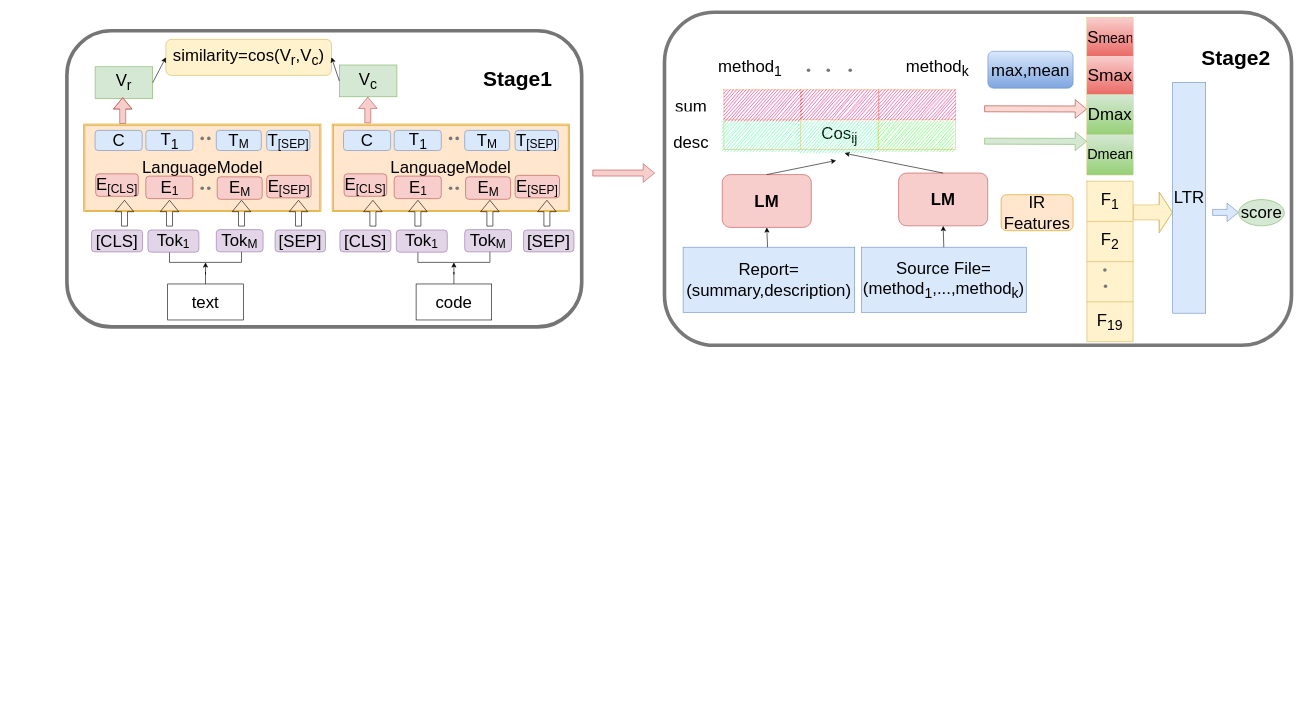
Above: Copy of V2_Untitled Diagram.drawio in hangdj/BERT-PLI-IJCAI2020 (draw.io), before the change. Source tidied: cells renumbered, new cells numbered last; positions are measured from the earlier drawing's top-left corner, leaving out a move shared by most shapes. Both pictures are drawn from the tidied source at 60%, with x=0, y=0 at pixel (67, 12).
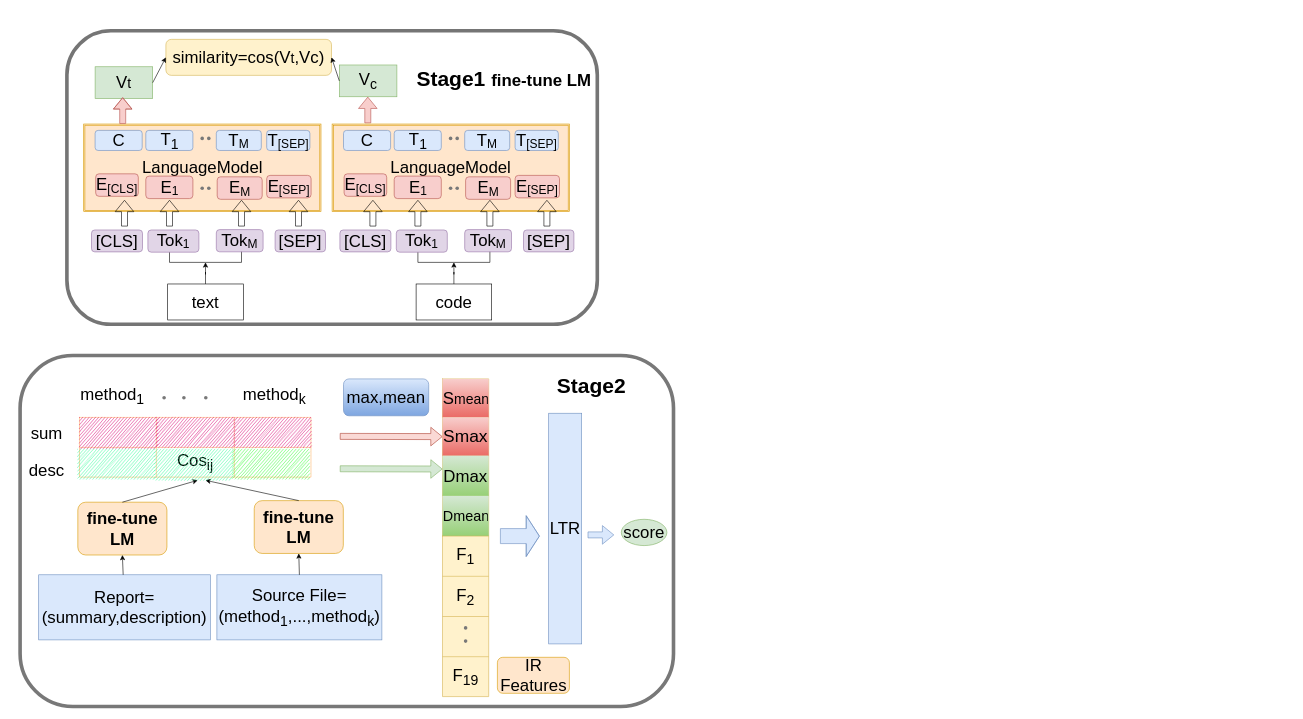
After the change.

The change refers to these unchanged cells:
```xml
<mxCell id="77" style="shape=partialRectangle;html=1;whiteSpace=wrap;fillColor=none;top=0;left=0;bottom=0;right=0;points=[[0,0.5],[1,0.5]];portConstraint=eastwest;" parent="72" vertex="1">
  <mxGeometry y="50" width="385.8" height="50" as="geometry" />
</mxCell>
```

The edit, as a diff of the source:
```diff
@@
     <mxCell id="2" style="rounded=1;whiteSpace=wrap;html=1;comic=0;strokeWidth=6;strokeColor=#787878;" parent="1" vertex="1">
-      <mxGeometry x="996" width="1045" height="555" as="geometry" />
+      <mxGeometry x="-78" y="572" width="1089" height="585" as="geometry" />
     </mxCell>
     <mxCell id="3" style="rounded=1;whiteSpace=wrap;html=1;strokeWidth=6;strokeColor=#757575;" parent="1" vertex="1">
-      <mxGeometry y="30.8" width="858" height="493.5" as="geometry" />
+      <mxGeometry y="30.8" width="884" height="489.2" as="geometry" />
     </mxCell>
@@
-    <mxCell id="19" value="&lt;font style=&quot;font-size: 28px&quot;&gt;V&lt;sub&gt;r&lt;/sub&gt;&lt;/font&gt;" style="rounded=0;whiteSpace=wrap;html=1;fillColor=#d5e8d4;strokeColor=#82b366;" parent="1" vertex="1">
+    <mxCell id="19" value="&lt;font style=&quot;font-size: 28px&quot;&gt;V&lt;/font&gt;&lt;font style=&quot;font-size: 23.3333px&quot;&gt;t&lt;/font&gt;" style="rounded=0;whiteSpace=wrap;html=1;fillColor=#d5e8d4;strokeColor=#82b366;" parent="1" vertex="1">
       <mxGeometry x="47" y="90.8" width="96" height="53" as="geometry" />
     </mxCell>
@@
-    <mxCell id="25" value="&lt;font style=&quot;font-size: 35px&quot;&gt;Stage1&lt;/font&gt;" style="text;strokeColor=none;fillColor=none;html=1;fontSize=24;fontStyle=1;verticalAlign=middle;align=center;" parent="1" vertex="1">
-      <mxGeometry x="701" y="90.8" width="100" height="40" as="geometry" />
+    <mxCell id="25" value="&lt;font style=&quot;font-size: 35px&quot;&gt;Stage1&amp;nbsp;&lt;/font&gt;&lt;b style=&quot;font-size: 28px&quot;&gt;fine-tune LM&lt;/b&gt;" style="text;strokeColor=none;fillColor=none;html=1;fontSize=24;fontStyle=1;verticalAlign=middle;align=center;" parent="1" vertex="1">
+      <mxGeometry x="637" y="78" width="182" height="65" as="geometry" />
     </mxCell>
@@
     <mxCell id="30" value="&lt;font style=&quot;font-size: 28px&quot;&gt;Report=(summary,description)&lt;/font&gt;" style="text;html=1;strokeColor=#6c8ebf;fillColor=#dae8fc;align=center;verticalAlign=middle;whiteSpace=wrap;overflow=hidden;" parent="1" vertex="1">
-      <mxGeometry x="1027" y="391.5" width="286" height="108.5" as="geometry" />
+      <mxGeometry x="-47" y="937.5" width="286" height="108.5" as="geometry" />
     </mxCell>
     <mxCell id="31" value="&lt;font style=&quot;font-size: 28px&quot;&gt;Source File=(method&lt;sub&gt;1&lt;/sub&gt;,...,method&lt;sub&gt;k&lt;/sub&gt;)&lt;/font&gt;" style="text;html=1;strokeColor=#6c8ebf;fillColor=#dae8fc;align=center;verticalAlign=middle;whiteSpace=wrap;overflow=hidden;" parent="1" vertex="1">
-      <mxGeometry x="1324" y="391.5" width="275" height="108.5" as="geometry" />
+      <mxGeometry x="250" y="937.5" width="275" height="108.5" as="geometry" />
     </mxCell>
     <mxCell id="32" value="&lt;font style=&quot;font-size: 28px&quot;&gt;sum&lt;/font&gt;" style="text;html=1;strokeColor=none;fillColor=none;align=center;verticalAlign=middle;whiteSpace=wrap;overflow=hidden;" parent="1" vertex="1">
-      <mxGeometry x="993.2" y="136.5" width="94.5" height="30" as="geometry" />
+      <mxGeometry x="-80.8" y="682.5" width="94.5" height="30" as="geometry" />
     </mxCell>
     <mxCell id="33" value="&lt;font style=&quot;font-size: 28px&quot;&gt;desc&lt;/font&gt;" style="text;html=1;strokeColor=none;fillColor=none;align=center;verticalAlign=middle;whiteSpace=wrap;overflow=hidden;" parent="1" vertex="1">
-      <mxGeometry x="980" y="198.2" width="121" height="34" as="geometry" />
+      <mxGeometry x="-94" y="744.2" width="121" height="34" as="geometry" />
     </mxCell>
     <mxCell id="34" value="&lt;font style=&quot;font-size: 28px&quot;&gt;method&lt;sub&gt;1&lt;/sub&gt;&lt;/font&gt;" style="text;html=1;strokeColor=none;fillColor=none;align=center;verticalAlign=middle;whiteSpace=wrap;overflow=hidden;" parent="1" vertex="1">
-      <mxGeometry x="1084" y="71" width="110" height="44" as="geometry" />
+      <mxGeometry x="21" y="617" width="110" height="44" as="geometry" />
     </mxCell>
     <mxCell id="35" value="&lt;font style=&quot;font-size: 28px&quot;&gt;&lt;font style=&quot;font-size: 28px&quot;&gt;method&lt;/font&gt;&lt;font style=&quot;font-size: 28px&quot;&gt;&lt;sub&gt;k&lt;/sub&gt;&lt;/font&gt;&lt;/font&gt;" style="text;html=1;strokeColor=none;fillColor=none;align=center;verticalAlign=middle;whiteSpace=wrap;overflow=hidden;" parent="1" vertex="1">
-      <mxGeometry x="1387.5" y="71" width="125.5" height="44" as="geometry" />
+      <mxGeometry x="282.5" y="617" width="125.5" height="44" as="geometry" />
     </mxCell>
     <mxCell id="36" style="shape=waypoint;sketch=0;size=6;fillColor=none;perimeter=centerPerimeter;strokeWidth=1;strokeColor=#787878;" parent="1" vertex="1">
-      <mxGeometry x="1249" y="76.5" width="40" height="40" as="geometry" />
+      <mxGeometry x="175" y="622.5" width="40" height="40" as="geometry" />
     </mxCell>
     <mxCell id="37" style="shape=waypoint;sketch=0;size=6;fillColor=none;perimeter=centerPerimeter;strokeWidth=1;strokeColor=#787878;" parent="1" vertex="1">
-      <mxGeometry x="1285.5" y="76.5" width="40" height="40" as="geometry" />
+      <mxGeometry x="211.5" y="622.5" width="40" height="40" as="geometry" />
     </mxCell>
     <mxCell id="38" style="shape=waypoint;sketch=0;size=6;fillColor=none;perimeter=centerPerimeter;strokeWidth=1;strokeColor=#787878;" parent="1" vertex="1">
-      <mxGeometry x="1216" y="76.5" width="40" height="40" as="geometry" />
+      <mxGeometry x="142" y="622.5" width="40" height="40" as="geometry" />
     </mxCell>
-    <mxCell id="39" value="&lt;font size=&quot;1&quot;&gt;&lt;b style=&quot;font-size: 28px&quot;&gt;LM&lt;/b&gt;&lt;/font&gt;" style="rounded=1;whiteSpace=wrap;html=1;strokeColor=#b85450;strokeWidth=1;fillColor=#f8cecc;" parent="1" vertex="1">
-      <mxGeometry x="1092.2" y="270.5" width="148.5" height="88" as="geometry" />
+    <mxCell id="39" value="&lt;font size=&quot;1&quot;&gt;&lt;b style=&quot;font-size: 28px&quot;&gt;fine-tune LM&lt;/b&gt;&lt;/font&gt;" style="rounded=1;whiteSpace=wrap;html=1;strokeColor=#d79b00;strokeWidth=1;fillColor=#ffe6cc;" parent="1" vertex="1">
+      <mxGeometry x="18.2" y="816.5" width="148.5" height="88" as="geometry" />
     </mxCell>
@@
     <mxCell id="41" value="&lt;font style=&quot;font-size: 28px&quot;&gt;max,mean&lt;/font&gt;" style="rounded=1;whiteSpace=wrap;html=1;strokeWidth=1;fillColor=#dae8fc;gradientColor=#7ea6e0;strokeColor=#6c8ebf;" parent="1" vertex="1">
-      <mxGeometry x="1535" y="65" width="142" height="61.5" as="geometry" />
+      <mxGeometry x="461" y="611" width="142" height="61.5" as="geometry" />
     </mxCell>
     <mxCell id="42" style="shape=flexArrow;endArrow=classic;html=1;fillColor=#fad9d5;strokeColor=#ae4132;" parent="1" edge="1">
       <mxGeometry relative="1" as="geometry">
-        <mxPoint x="1529" y="160.8" as="sourcePoint" />
-        <mxPoint x="1700" y="161.2" as="targetPoint" />
+        <mxPoint x="455" y="706.8" as="sourcePoint" />
+        <mxPoint x="626" y="707.2" as="targetPoint" />
       </mxGeometry>
     </mxCell>
     <mxCell id="43" style="endArrow=classic;html=1;exitX=0.5;exitY=0;exitDx=0;exitDy=0;" parent="1" edge="1" source="39">
       <mxGeometry relative="1" as="geometry">
-        <mxPoint x="1282" y="247" as="targetPoint" />
+        <mxPoint x="218" y="780" as="targetPoint" />
       </mxGeometry>
     </mxCell>
     <mxCell id="44" style="shape=table;html=1;whiteSpace=wrap;startSize=0;childLayout=tableLayout;strokeColor=#d6b656;strokeWidth=1;fillColor=#fff2cc;" parent="1" vertex="1">
-      <mxGeometry x="1700" y="8.9" width="77" height="262" as="geometry" />
+      <mxGeometry x="626" y="611" width="77" height="262" as="geometry" />
     </mxCell>
@@
     <mxCell id="53" style="shape=table;html=1;whiteSpace=wrap;startSize=0;childLayout=tableLayout;strokeColor=#d6b656;strokeWidth=1;fillColor=#fff2cc;" parent="1" vertex="1">
-      <mxGeometry x="1700" y="281.5" width="77" height="267.5" as="geometry" />
+      <mxGeometry x="626" y="873" width="77" height="267.5" as="geometry" />
     </mxCell>
@@
     <mxCell id="62" style="shape=waypoint;sketch=0;size=6;fillColor=none;perimeter=centerPerimeter;strokeWidth=1;strokeColor=#787878;" parent="1" vertex="1">
-      <mxGeometry x="1710" y="409.5" width="40" height="40" as="geometry" />
+      <mxGeometry x="644.5" y="1006" width="40" height="40" as="geometry" />
     </mxCell>
     <mxCell id="63" style="shape=waypoint;sketch=0;size=6;fillColor=none;perimeter=centerPerimeter;strokeWidth=1;strokeColor=#787878;fontSize=14;" parent="1" vertex="1">
-      <mxGeometry x="1711" y="436.5" width="40" height="40" as="geometry" />
+      <mxGeometry x="644.5" y="1028" width="40" height="40" as="geometry" />
     </mxCell>
     <mxCell id="64" value="&lt;font style=&quot;font-size: 28px&quot;&gt;IR Features&lt;/font&gt;" style="rounded=1;whiteSpace=wrap;html=1;strokeColor=#d79b00;strokeWidth=1;fillColor=#ffe6cc;" parent="1" vertex="1">
-      <mxGeometry x="1557" y="304" width="120" height="60" as="geometry" />
+      <mxGeometry x="717.5" y="1075" width="120" height="60" as="geometry" />
     </mxCell>
-    <mxCell id="65" style="shape=flexArrow;endArrow=classic;html=1;endWidth=42;endSize=7;width=25;fillColor=#fff2cc;strokeColor=#d6b656;" parent="1" edge="1">
+    <mxCell id="65" style="shape=flexArrow;endArrow=classic;html=1;endWidth=42;endSize=7;width=25;fillColor=#dae8fc;strokeColor=#6c8ebf;" parent="1" edge="1">
       <mxGeometry relative="1" as="geometry">
-        <mxPoint x="1777" y="333.5" as="sourcePoint" />
-        <mxPoint x="1843" y="333.5" as="targetPoint" />
+        <mxPoint x="722" y="873" as="sourcePoint" />
+        <mxPoint x="788" y="873" as="targetPoint" />
         <Array as="points">
-          <mxPoint x="1854" y="333.5" />
+          <mxPoint x="799" y="873" />
         </Array>
       </mxGeometry>
     </mxCell>
     <mxCell id="66" style="shape=flexArrow;endArrow=classic;html=1;fillColor=#d5e8d4;strokeColor=#82b366;" parent="1" edge="1">
       <mxGeometry relative="1" as="geometry">
-        <mxPoint x="1529" y="214.8" as="sourcePoint" />
-        <mxPoint x="1700" y="215.2" as="targetPoint" />
+        <mxPoint x="455" y="760.8" as="sourcePoint" />
+        <mxPoint x="626" y="761.2" as="targetPoint" />
       </mxGeometry>
     </mxCell>
     <mxCell id="67" value="&lt;p&gt;&lt;font style=&quot;font-size: 28px&quot;&gt;LTR&lt;/font&gt;&lt;/p&gt;" style="rounded=0;whiteSpace=wrap;html=1;comic=0;strokeColor=#6c8ebf;strokeWidth=1;fillColor=#dae8fc;" parent="1" vertex="1">
-      <mxGeometry x="1843" y="117" width="55" height="384.5" as="geometry" />
+      <mxGeometry x="803" y="668.2" width="55" height="384.5" as="geometry" />
     </mxCell>
     <mxCell id="68" style="shape=flexArrow;endArrow=classic;html=1;fillColor=#dae8fc;strokeColor=#6c8ebf;" parent="1" edge="1">
       <mxGeometry relative="1" as="geometry">
-        <mxPoint x="1909" y="333.5" as="sourcePoint" />
-        <mxPoint x="1953" y="333.5" as="targetPoint" />
+        <mxPoint x="868" y="871" as="sourcePoint" />
+        <mxPoint x="912" y="871" as="targetPoint" />
       </mxGeometry>
     </mxCell>
     <mxCell id="69" value="&lt;font style=&quot;font-size: 28px&quot;&gt;score&lt;/font&gt;" style="ellipse;whiteSpace=wrap;html=1;comic=0;strokeColor=#82b366;strokeWidth=1;fillColor=#d5e8d4;" parent="1" vertex="1">
-      <mxGeometry x="1953" y="312.1" width="76" height="43.8" as="geometry" />
+      <mxGeometry x="924" y="845" width="76" height="43.8" as="geometry" />
     </mxCell>
@@
     <mxCell id="71" value="&lt;font style=&quot;font-size: 35px&quot;&gt;Stage2&lt;/font&gt;" style="text;strokeColor=none;fillColor=none;html=1;fontSize=24;fontStyle=1;verticalAlign=middle;align=center;" parent="1" vertex="1">
-      <mxGeometry x="1898" y="56" width="100" height="40" as="geometry" />
+      <mxGeometry x="824" y="602" width="100" height="40" as="geometry" />
     </mxCell>
     <mxCell id="72" style="shape=table;html=1;whiteSpace=wrap;startSize=0;childLayout=tableLayout;rounded=0;shadow=0;comic=0;strokeWidth=1;backgroundOutline=0;strokeColor=#FFB570;" parent="1" vertex="1">
-      <mxGeometry x="1095" y="129.2" width="385.8" height="99.5" as="geometry" />
+      <mxGeometry x="21" y="675.2" width="385.8" height="99.5" as="geometry" />
     </mxCell>
@@
-    <mxCell id="83" value="&lt;font style=&quot;font-size: 28px&quot;&gt;similarity=cos(V&lt;sub&gt;r&lt;/sub&gt;,V&lt;sub&gt;c&lt;/sub&gt;)&lt;/font&gt;" style="rounded=1;whiteSpace=wrap;html=1;fillColor=#fff2cc;strokeColor=#d6b656;" parent="1" vertex="1">
+    <mxCell id="83" value="&lt;font style=&quot;font-size: 28px&quot;&gt;similarity=cos(V&lt;/font&gt;&lt;font&gt;&lt;span style=&quot;font-size: 23.3333px&quot;&gt;t&lt;/span&gt;&lt;span style=&quot;font-size: 28px&quot;&gt;,Vc&lt;/span&gt;&lt;span style=&quot;font-size: 28px&quot;&gt;)&lt;/span&gt;&lt;/font&gt;" style="rounded=1;whiteSpace=wrap;html=1;fillColor=#fff2cc;strokeColor=#d6b656;" parent="1" vertex="1">
       <mxGeometry x="165" y="45.1" width="276" height="60" as="geometry" />
     </mxCell>
@@
-    <mxCell id="86" style="shape=flexArrow;endArrow=classic;html=1;fillColor=#f8cecc;strokeColor=#b85450;" parent="1" edge="1">
-      <mxGeometry relative="1" as="geometry">
-        <mxPoint x="876" y="267.9" as="sourcePoint" />
-        <mxPoint x="980" y="267.9" as="targetPoint" />
-      </mxGeometry>
-    </mxCell>
-    <mxCell id="87" value="&lt;font size=&quot;1&quot;&gt;&lt;b style=&quot;font-size: 28px&quot;&gt;LM&lt;/b&gt;&lt;/font&gt;" style="rounded=1;whiteSpace=wrap;html=1;strokeColor=#b85450;strokeWidth=1;fillColor=#f8cecc;" parent="1" vertex="1">
-      <mxGeometry x="1386.2" y="267.9" width="148.5" height="88" as="geometry" />
+    <mxCell id="87" value="&lt;b style=&quot;font-size: 28px&quot;&gt;fine-tune LM&lt;/b&gt;" style="rounded=1;whiteSpace=wrap;html=1;strokeColor=#d79b00;strokeWidth=1;fillColor=#ffe6cc;" parent="1" vertex="1">
+      <mxGeometry x="312.2" y="813.9" width="148.5" height="88" as="geometry" />
     </mxCell>
-    <mxCell id="88" style="endArrow=classic;html=1;exitX=0.5;exitY=0;exitDx=0;exitDy=0;entryX=0.521;entryY=1.115;entryDx=0;entryDy=0;entryPerimeter=0;" parent="1" edge="1" source="87" target="77">
-      <mxGeometry relative="1" as="geometry" />
+    <mxCell id="88" style="endArrow=classic;html=1;exitX=0.5;exitY=0;exitDx=0;exitDy=0;" parent="1" edge="1" source="87">
+      <mxGeometry relative="1" as="geometry">
+        <mxPoint x="231" y="780" as="targetPoint" />
+      </mxGeometry>
     </mxCell>
@@
     <mxCell id="114" style="shape=partialRectangle;html=1;whiteSpace=wrap;fillColor=none;top=0;left=0;bottom=0;right=0;" parent="1" vertex="1">
-      <mxGeometry x="1092" y="182" width="385.8" height="50" as="geometry" />
+      <mxGeometry x="18" y="728" width="385.8" height="50" as="geometry" />
     </mxCell>
```
